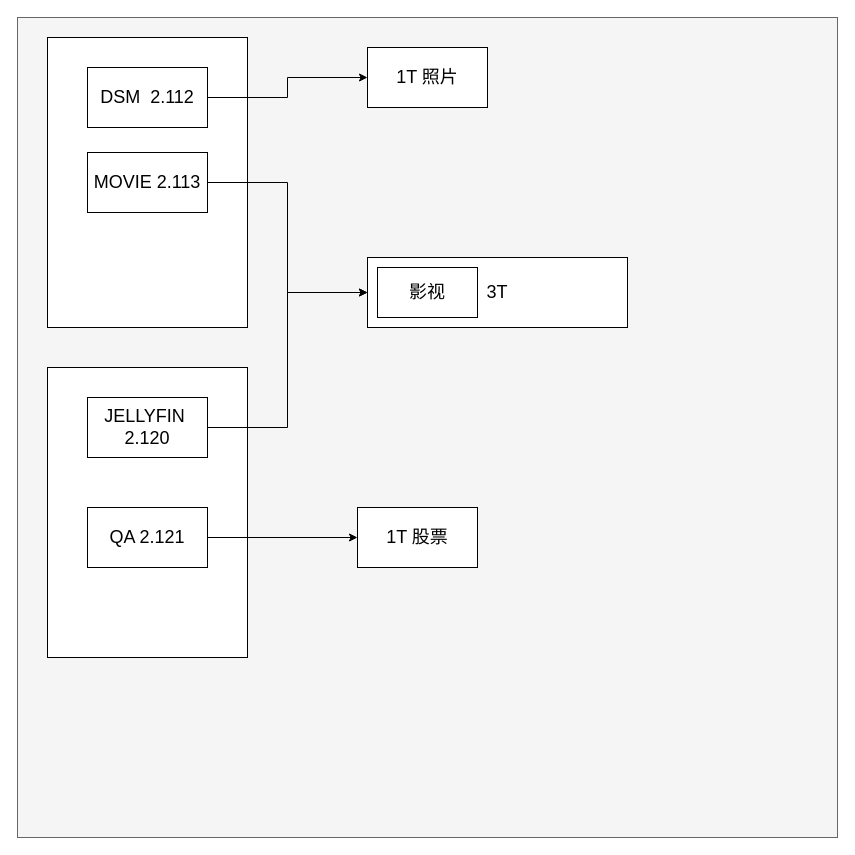
Before: src/pve拓扑.drawio in yehonghao/draw, a draw.io diagram. Source tidied: cells renumbered, new cells numbered last; positions are measured from the earlier drawing's top-left corner, leaving out a move shared by most shapes. Both pictures are drawn from the tidied source at 100%, with x=0, y=0 at pixel (17, 17).
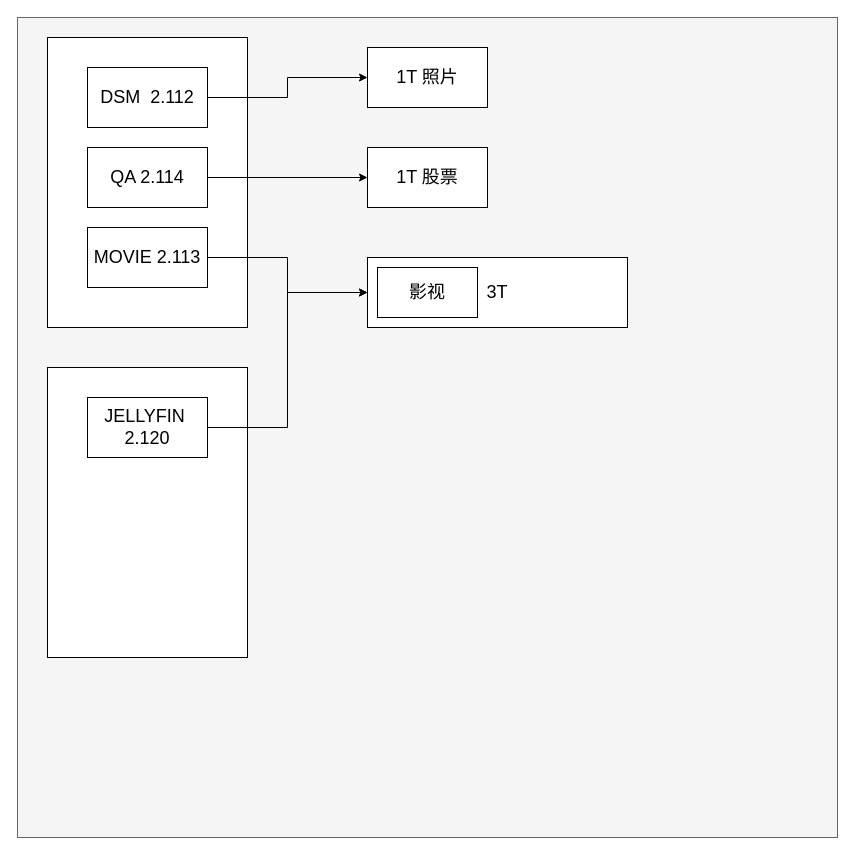
Above is the later version.

What changed in the source:
```diff
@@
 <mxGraphModel>
   <root>
     <mxCell id="0" />
     <mxCell id="1" parent="0" />
     <mxCell id="2" style="whiteSpace=wrap;html=1;fillColor=#f5f5f5;fontColor=#333333;strokeColor=#666666;" parent="1" vertex="1">
       <mxGeometry width="820" height="820" as="geometry" />
     </mxCell>
     <mxCell id="3" style="rounded=0;whiteSpace=wrap;html=1;" parent="1" vertex="1">
       <mxGeometry x="30" y="20" width="200" height="290" as="geometry" />
     </mxCell>
     <mxCell id="4" style="edgeStyle=orthogonalEdgeStyle;rounded=0;jettySize=auto;html=1;exitX=1;exitY=0.5;exitDx=0;exitDy=0;fontSize=18;" parent="1" edge="1" source="5" target="14">
       <mxGeometry relative="1" as="geometry" />
     </mxCell>
     <mxCell id="5" value="DSM&amp;nbsp; 2.112" style="rounded=0;whiteSpace=wrap;html=1;fontSize=18;" parent="1" vertex="1">
       <mxGeometry x="70" y="50" width="120" height="60" as="geometry" />
     </mxCell>
     <mxCell id="6" style="edgeStyle=orthogonalEdgeStyle;rounded=0;jettySize=auto;html=1;exitX=1;exitY=0.5;exitDx=0;exitDy=0;entryX=0;entryY=0.5;entryDx=0;entryDy=0;fontSize=18;" parent="1" edge="1" source="7" target="13">
       <mxGeometry relative="1" as="geometry" />
     </mxCell>
     <mxCell id="7" value="MOVIE 2.113" style="rounded=0;whiteSpace=wrap;html=1;fontSize=18;" parent="1" vertex="1">
-      <mxGeometry x="70" y="135" width="120" height="60" as="geometry" />
+      <mxGeometry x="70" y="210" width="120" height="60" as="geometry" />
     </mxCell>
     <mxCell id="8" style="rounded=0;whiteSpace=wrap;html=1;" parent="1" vertex="1">
       <mxGeometry x="30" y="350" width="200" height="290" as="geometry" />
     </mxCell>
     <mxCell id="9" style="edgeStyle=orthogonalEdgeStyle;rounded=0;jettySize=auto;html=1;exitX=1;exitY=0.5;exitDx=0;exitDy=0;fontSize=18;entryX=0;entryY=0.5;entryDx=0;entryDy=0;" parent="1" edge="1" source="10" target="13">
       <mxGeometry relative="1" as="geometry" />
     </mxCell>
     <mxCell id="10" value="JELLYFIN&amp;nbsp; 2.120" style="rounded=0;whiteSpace=wrap;html=1;fontSize=18;" parent="1" vertex="1">
       <mxGeometry x="70" y="380" width="120" height="60" as="geometry" />
     </mxCell>
     <mxCell id="11" style="edgeStyle=orthogonalEdgeStyle;rounded=0;jettySize=auto;html=1;exitX=1;exitY=0.5;exitDx=0;exitDy=0;entryX=0;entryY=0.5;entryDx=0;entryDy=0;fontSize=18;" parent="1" edge="1" source="12" target="16">
       <mxGeometry relative="1" as="geometry" />
     </mxCell>
-    <mxCell id="12" value="QA 2.121" style="rounded=0;whiteSpace=wrap;html=1;fontSize=18;" parent="1" vertex="1">
-      <mxGeometry x="70" y="490" width="120" height="60" as="geometry" />
+    <mxCell id="12" value="QA 2.114" style="rounded=0;whiteSpace=wrap;html=1;fontSize=18;" parent="1" vertex="1">
+      <mxGeometry x="70" y="130" width="120" height="60" as="geometry" />
     </mxCell>
     <mxCell id="13" value="3T" style="rounded=0;whiteSpace=wrap;html=1;fontSize=18;" parent="1" vertex="1">
       <mxGeometry x="350" y="240" width="260" height="70" as="geometry" />
     </mxCell>
     <mxCell id="14" value="1T 照片" style="rounded=0;whiteSpace=wrap;html=1;fontSize=18;" parent="1" vertex="1">
       <mxGeometry x="350" y="30" width="120" height="60" as="geometry" />
     </mxCell>
     <mxCell id="15" value="影视" style="rounded=0;whiteSpace=wrap;html=1;fontSize=18;" parent="1" vertex="1">
       <mxGeometry x="360" y="250" width="100" height="50" as="geometry" />
     </mxCell>
     <mxCell id="16" value="1T 股票" style="rounded=0;whiteSpace=wrap;html=1;fontSize=18;" parent="1" vertex="1">
-      <mxGeometry x="340" y="490" width="120" height="60" as="geometry" />
+      <mxGeometry x="350" y="130" width="120" height="60" as="geometry" />
     </mxCell>
   </root>
 </mxGraphModel>
```
